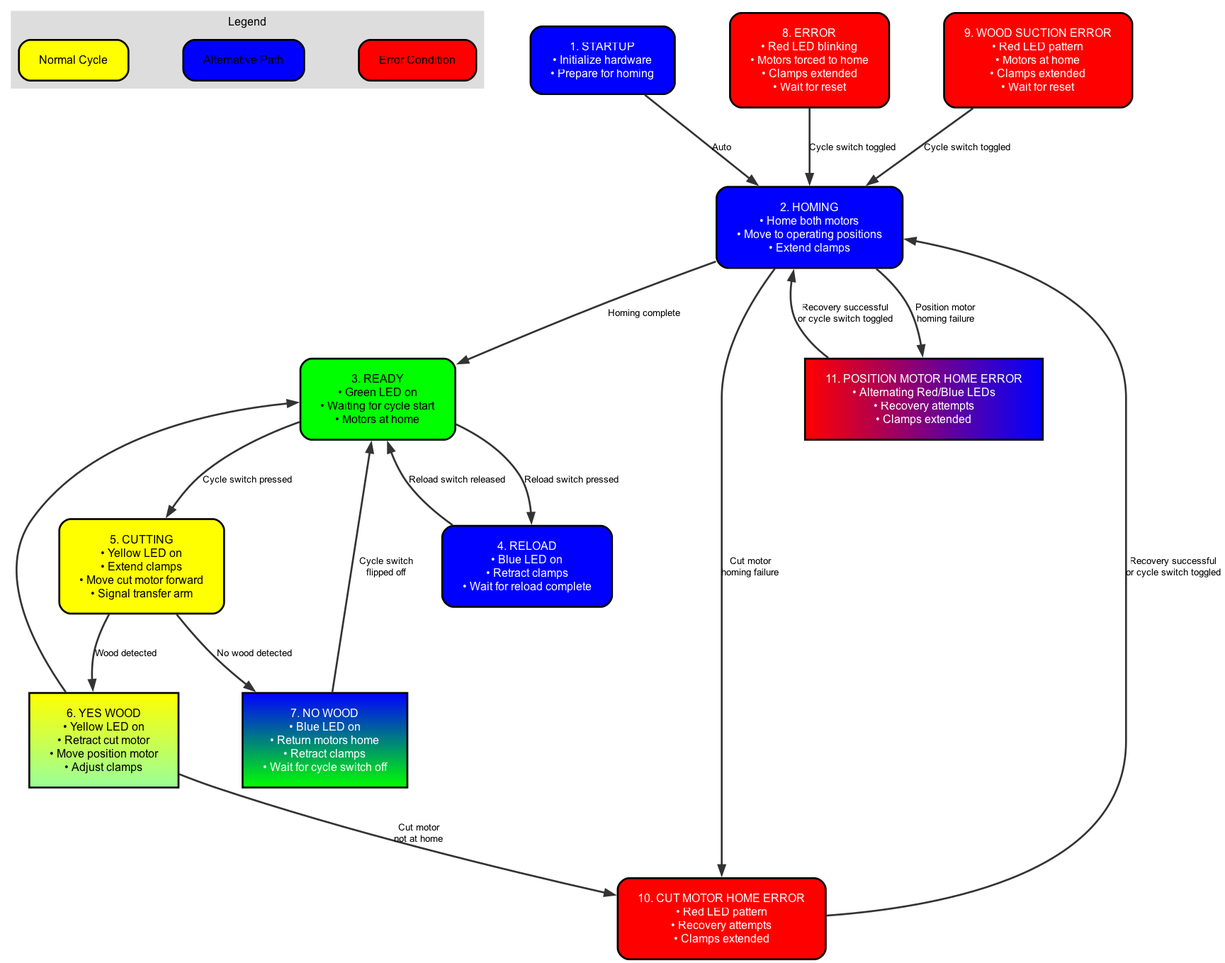
akivaweil/Stage-1-Mar25 keeps this Graphviz diagram as flowcharts/cutting_machine_flowchart.png. Above is the earlier version. Its source is kept beside it as flowcharts/cutting_machine_flowchart.dot.
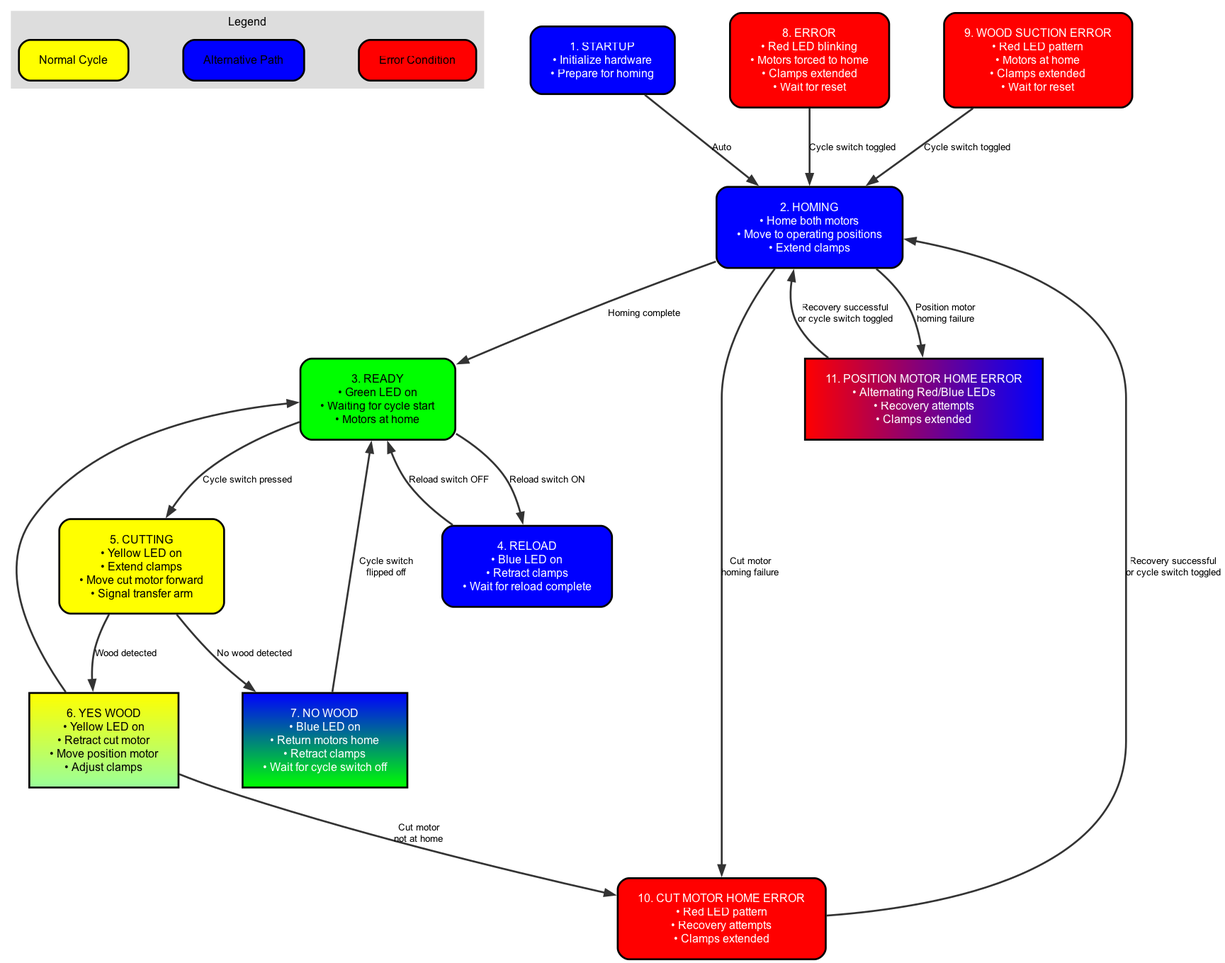
After the commit.

Commit message:
Updated READY-RELOAD transition labels to 'Reload switch ON/OFF'

Diff of the diagram source:
```diff
@@ -37,7 +37,7 @@
 • Recovery attempts
 • Clamps extended", style="filled", fillcolor="#FF0000:#0000FF", fontcolor="white", gradientangle=0]; START -> HOMING [label="Auto"]; HOMING -> READY [label="Homing complete"]; HOMING -> CUT_MOTOR_HOME_ERROR [label="Cut motor
 homing failure"]; HOMING -> POSITION_MOTOR_HOME_ERROR [label="Position motor
-homing failure"]; READY -> CUTTING [label="Cycle switch pressed"]; READY -> RELOAD [label="Reload switch pressed"]; RELOAD -> READY [label="Reload switch released"]; CUTTING -> YESWOOD [label="Wood detected"]; CUTTING -> NOWOOD [label="No wood detected"]; YESWOOD -> READY; YESWOOD -> CUT_MOTOR_HOME_ERROR [label="Cut motor\nnot at home"]; NOWOOD -> READY [label="Cycle switch
+homing failure"]; READY -> CUTTING [label="Cycle switch pressed"]; READY -> RELOAD [label="Reload switch ON"]; RELOAD -> READY [label="Reload switch OFF"]; CUTTING -> YESWOOD [label="Wood detected"]; CUTTING -> NOWOOD [label="No wood detected"]; YESWOOD -> READY; YESWOOD -> CUT_MOTOR_HOME_ERROR [label="Cut motor\nnot at home"]; NOWOOD -> READY [label="Cycle switch
 flipped off"]; WOOD_SUCTION_ERROR -> HOMING [label="Cycle switch toggled"]; CUT_MOTOR_HOME_ERROR -> HOMING [label="Recovery successful
 or cycle switch toggled"]; POSITION_MOTOR_HOME_ERROR -> HOMING [label="Recovery successful
 or cycle switch toggled"]; ERROR -> HOMING [label="Cycle switch toggled"]; }
```
